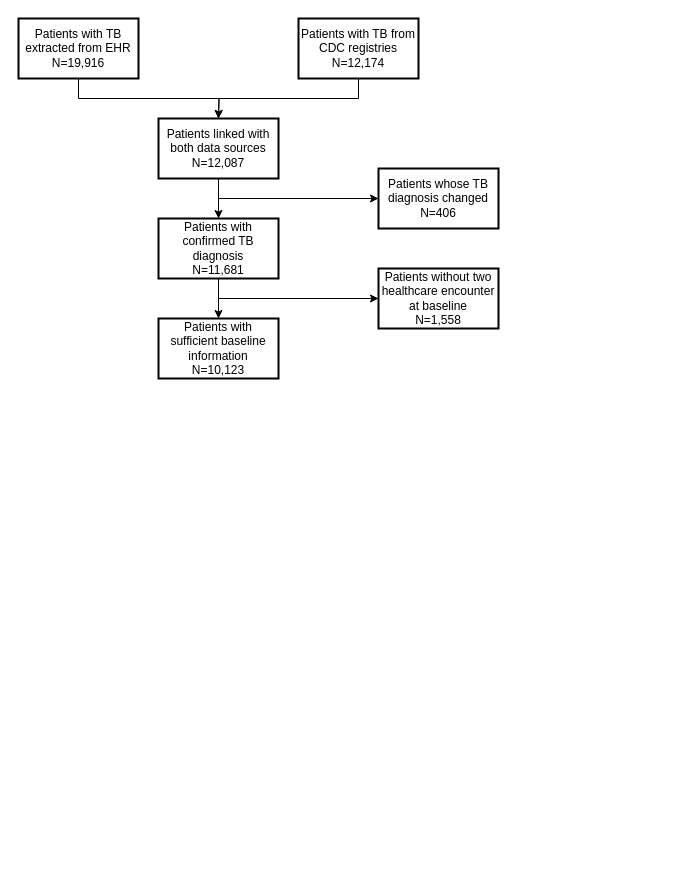
Above: TB Ningbo Flow diagram.drawio in JifangZhou/R-code-for-Ningbo-TB-project (draw.io), before the change. Source tidied: cells renumbered, new cells numbered last; positions are measured from the earlier drawing's top-left corner, leaving out a move shared by most shapes. Both pictures are drawn from the tidied source at 100%, with x=0, y=0 at pixel (18, 18).
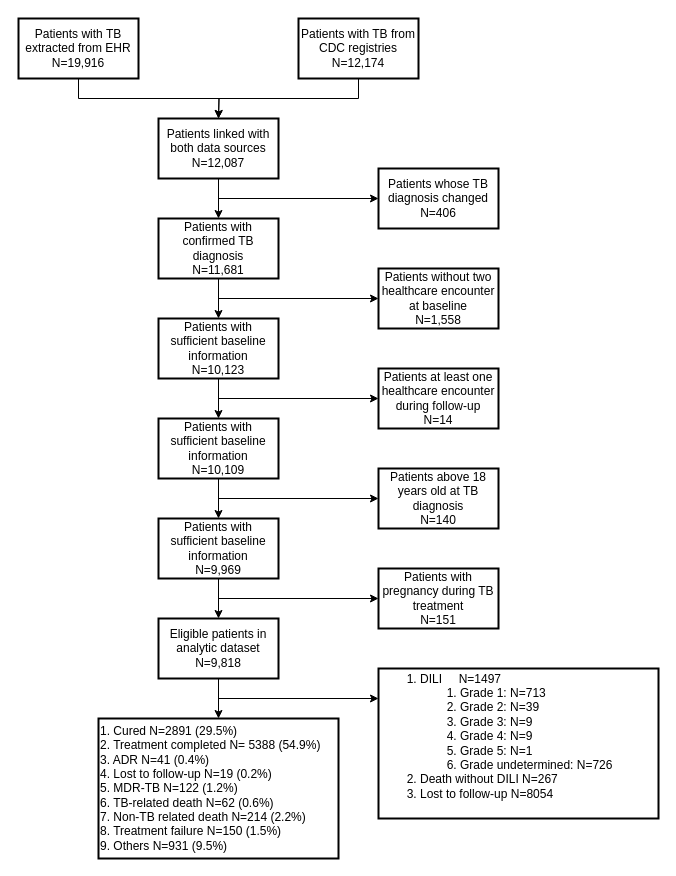
After the change.

Unchanged cells that the change refers to:
```xml
<mxCell id="14" value="&lt;div&gt;Patients with sufficient baseline information&lt;br&gt;&lt;/div&gt;&lt;div&gt;N=10,123&lt;br&gt;&lt;/div&gt;" style="rounded=0;whiteSpace=wrap;html=1;strokeWidth=2;" parent="1" vertex="1">
  <mxGeometry x="140" y="300" width="120" height="60" as="geometry" />
</mxCell>
```

The edit, as a diff of the source:
```diff
@@
+    <mxCell id="15" style="edgeStyle=orthogonalEdgeStyle;rounded=0;jettySize=auto;html=1;" parent="1" edge="1" source="14" target="19">
+      <mxGeometry relative="1" as="geometry" />
+    </mxCell>
@@
+    <mxCell id="16" style="edgeStyle=orthogonalEdgeStyle;rounded=0;jettySize=auto;html=1;exitX=0.5;exitY=1;exitDx=0;exitDy=0;entryX=0;entryY=0.5;entryDx=0;entryDy=0;" parent="1" edge="1" target="17">
+      <mxGeometry relative="1" as="geometry">
+        <mxPoint x="200" y="360" as="sourcePoint" />
+        <Array as="points">
+          <mxPoint x="200" y="380" />
+        </Array>
+      </mxGeometry>
+    </mxCell>
+    <mxCell id="17" value="&lt;div&gt;Patients at least one healthcare encounter during follow-up&lt;br&gt;&lt;/div&gt;&lt;div&gt;N=14&lt;br&gt;&lt;/div&gt;" style="rounded=0;whiteSpace=wrap;html=1;strokeWidth=2;" parent="1" vertex="1">
+      <mxGeometry x="360" y="350" width="120" height="60" as="geometry" />
+    </mxCell>
+    <mxCell id="18" style="edgeStyle=orthogonalEdgeStyle;rounded=0;jettySize=auto;html=1;" parent="1" edge="1" source="19" target="23">
+      <mxGeometry relative="1" as="geometry" />
+    </mxCell>
+    <mxCell id="19" value="&lt;div&gt;Patients with sufficient baseline information&lt;br&gt;&lt;/div&gt;&lt;div&gt;N=10,109&lt;br&gt;&lt;/div&gt;" style="rounded=0;whiteSpace=wrap;html=1;strokeWidth=2;" parent="1" vertex="1">
+      <mxGeometry x="140" y="400" width="120" height="60" as="geometry" />
+    </mxCell>
+    <mxCell id="20" style="edgeStyle=orthogonalEdgeStyle;rounded=0;jettySize=auto;html=1;exitX=0.5;exitY=1;exitDx=0;exitDy=0;entryX=0;entryY=0.5;entryDx=0;entryDy=0;" parent="1" edge="1" target="21">
+      <mxGeometry relative="1" as="geometry">
+        <mxPoint x="200" y="460" as="sourcePoint" />
+        <Array as="points">
+          <mxPoint x="200" y="480" />
+        </Array>
+      </mxGeometry>
+    </mxCell>
+    <mxCell id="21" value="&lt;div&gt;Patients above 18 years old at TB diagnosis&lt;br&gt;&lt;/div&gt;&lt;div&gt;N=140&lt;br&gt;&lt;/div&gt;" style="rounded=0;whiteSpace=wrap;html=1;strokeWidth=2;" parent="1" vertex="1">
+      <mxGeometry x="360" y="450" width="120" height="60" as="geometry" />
+    </mxCell>
+    <mxCell id="22" style="edgeStyle=orthogonalEdgeStyle;rounded=0;jettySize=auto;html=1;" parent="1" edge="1" source="23" target="26">
+      <mxGeometry relative="1" as="geometry" />
+    </mxCell>
+    <mxCell id="23" value="&lt;div&gt;Patients with sufficient baseline information&lt;br&gt;&lt;/div&gt;&lt;div&gt;N=9,969&lt;br&gt;&lt;/div&gt;" style="rounded=0;whiteSpace=wrap;html=1;strokeWidth=2;" parent="1" vertex="1">
+      <mxGeometry x="140" y="500" width="120" height="60" as="geometry" />
+    </mxCell>
+    <mxCell id="24" value="&lt;div&gt;Patients with pregnancy during TB treatment&lt;br&gt;&lt;/div&gt;&lt;div&gt;N=151&lt;br&gt;&lt;/div&gt;" style="rounded=0;whiteSpace=wrap;html=1;strokeWidth=2;" parent="1" vertex="1">
+      <mxGeometry x="360" y="550" width="120" height="60" as="geometry" />
+    </mxCell>
+    <mxCell id="25" style="edgeStyle=orthogonalEdgeStyle;rounded=0;jettySize=auto;html=1;" parent="1" edge="1" source="26" target="27">
+      <mxGeometry relative="1" as="geometry" />
+    </mxCell>
+    <mxCell id="26" value="&lt;div&gt;Eligible patients in analytic dataset&lt;br&gt;&lt;/div&gt;&lt;div&gt;N=9,818&lt;br&gt;&lt;/div&gt;" style="rounded=0;whiteSpace=wrap;html=1;strokeWidth=2;" parent="1" vertex="1">
+      <mxGeometry x="140" y="600" width="120" height="60" as="geometry" />
+    </mxCell>
+    <mxCell id="27" value="&lt;div align=&quot;left&quot;&gt;1. Cured N=2891 (29.5%)&lt;/div&gt;&lt;div align=&quot;left&quot;&gt;2. Treatment completed N= 5388 (54.9%)&lt;/div&gt;&lt;div align=&quot;left&quot;&gt;3. ADR N=41 (0.4%)&lt;/div&gt;&lt;div align=&quot;left&quot;&gt;4. Lost to follow-up N=19 (0.2%)&lt;/div&gt;&lt;div align=&quot;left&quot;&gt;5. MDR-TB N=122 (1.2%)&lt;/div&gt;&lt;div align=&quot;left&quot;&gt;6. TB-related death N=62 (0.6%)&lt;/div&gt;&lt;div align=&quot;left&quot;&gt;7. Non-TB related death N=214 (2.2%)&lt;/div&gt;&lt;div align=&quot;left&quot;&gt;8. Treatment failure N=150 (1.5%)&lt;/div&gt;&lt;div align=&quot;left&quot;&gt;9. Others N=931 (9.5%)&lt;br&gt;&lt;/div&gt;" style="rounded=0;whiteSpace=wrap;html=1;strokeWidth=2;align=left;" parent="1" vertex="1">
+      <mxGeometry x="80" y="700" width="240" height="140" as="geometry" />
+    </mxCell>
+    <mxCell id="28" style="edgeStyle=orthogonalEdgeStyle;rounded=0;orthogonalLoop=1;jettySize=auto;html=1;exitX=0.5;exitY=1;exitDx=0;exitDy=0;entryX=0;entryY=0.5;entryDx=0;entryDy=0;" parent="1" edge="1">
+      <mxGeometry relative="1" as="geometry">
+        <mxPoint x="200" y="560" as="sourcePoint" />
+        <mxPoint x="360" y="580" as="targetPoint" />
+        <Array as="points">
+          <mxPoint x="200" y="580" />
+        </Array>
+      </mxGeometry>
+    </mxCell>
+    <mxCell id="29" value="&lt;div align=&quot;left&quot;&gt;&lt;ol&gt;&lt;li&gt;DILI&amp;nbsp;&amp;nbsp;&amp;nbsp;&amp;nbsp; N=1497&lt;/li&gt;&lt;ol&gt;&lt;li&gt;Grade 1: N=713&lt;/li&gt;&lt;li&gt;Grade 2: N=39&lt;/li&gt;&lt;li&gt;Grade 3: N=9&lt;/li&gt;&lt;li&gt;Grade 4: N=9&lt;/li&gt;&lt;li&gt;Grade 5: N=1&lt;/li&gt;&lt;li&gt;Grade undetermined: N=726&lt;br&gt;&lt;/li&gt;&lt;/ol&gt;&lt;li&gt;Death without DILI N=267&lt;/li&gt;&lt;li&gt;Lost to follow-up N=8054&lt;br&gt;&lt;/li&gt;&lt;/ol&gt;&lt;/div&gt;&lt;div align=&quot;left&quot;&gt;&lt;br&gt;&lt;/div&gt;" style="rounded=0;whiteSpace=wrap;html=1;strokeWidth=2;align=left;" parent="1" vertex="1">
+      <mxGeometry x="360" y="650" width="280" height="150" as="geometry" />
+    </mxCell>
+    <mxCell id="30" style="edgeStyle=orthogonalEdgeStyle;rounded=0;orthogonalLoop=1;jettySize=auto;html=1;exitX=0.5;exitY=1;exitDx=0;exitDy=0;entryX=0;entryY=0.5;entryDx=0;entryDy=0;" parent="1" edge="1">
+      <mxGeometry relative="1" as="geometry">
+        <mxPoint x="200" y="660" as="sourcePoint" />
+        <mxPoint x="360" y="680" as="targetPoint" />
+        <Array as="points">
+          <mxPoint x="200" y="680" />
+        </Array>
+      </mxGeometry>
+    </mxCell>
```
